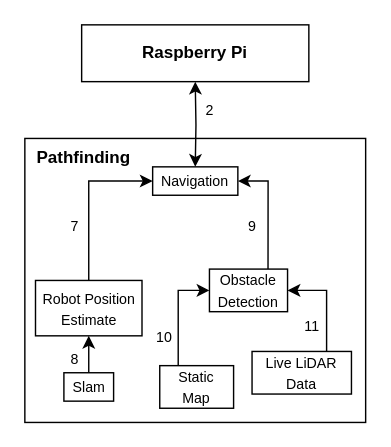
This is documentation/DetailedDesignSpecification/drawio/pathfinding/pathfinding.drawio from tragicfall/Senior-Design, a draw.io file, before an edit. Source tidied: cells renumbered, new cells numbered last; positions are measured from the earlier drawing's top-left corner, leaving out a move shared by most shapes. Both pictures are drawn from the tidied source at 142%, with x=0, y=0 at pixel (24, 24).
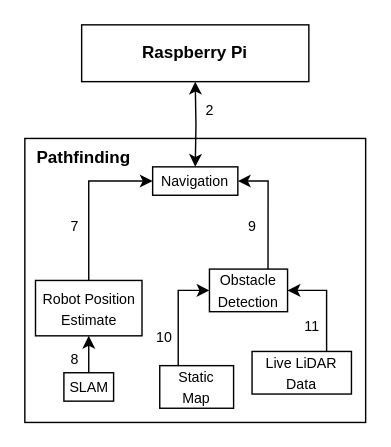
The same diagram, later.

Diff of the diagram source:
```diff
@@
-    <mxCell id="15" value="&lt;font style=&quot;font-size: 10px;&quot;&gt;Slam&lt;/font&gt;" style="rounded=0;whiteSpace=wrap;html=1;" parent="1" vertex="1">
+    <mxCell id="15" value="&lt;font style=&quot;font-size: 10px;&quot;&gt;SLAM&lt;/font&gt;" style="rounded=0;whiteSpace=wrap;html=1;" parent="1" vertex="1">
       <mxGeometry x="27.5" y="245" width="35" height="20" as="geometry" />
     </mxCell>
```
